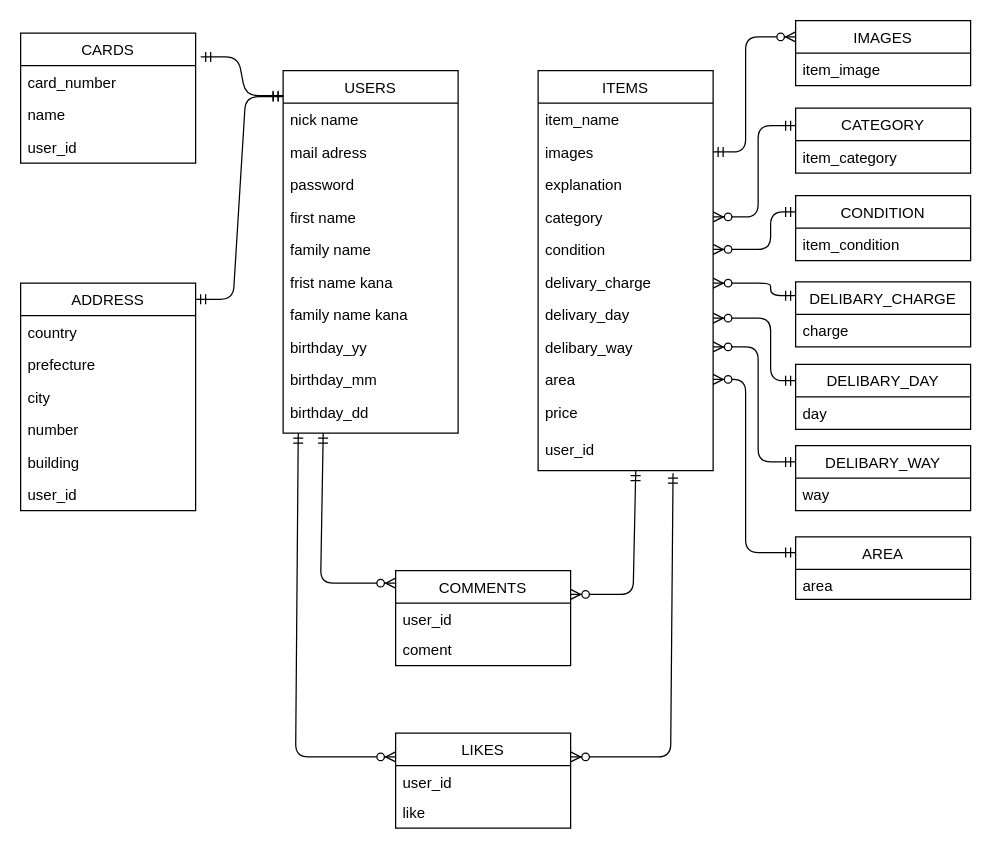
Before: table.dio in rinatomato/furima-28157, a draw.io diagram. Source tidied: cells renumbered, new cells numbered last; positions are measured from the earlier drawing's top-left corner, leaving out a move shared by most shapes. Both pictures are drawn from the tidied source at 125%, with x=0, y=0 at pixel (20, 20).
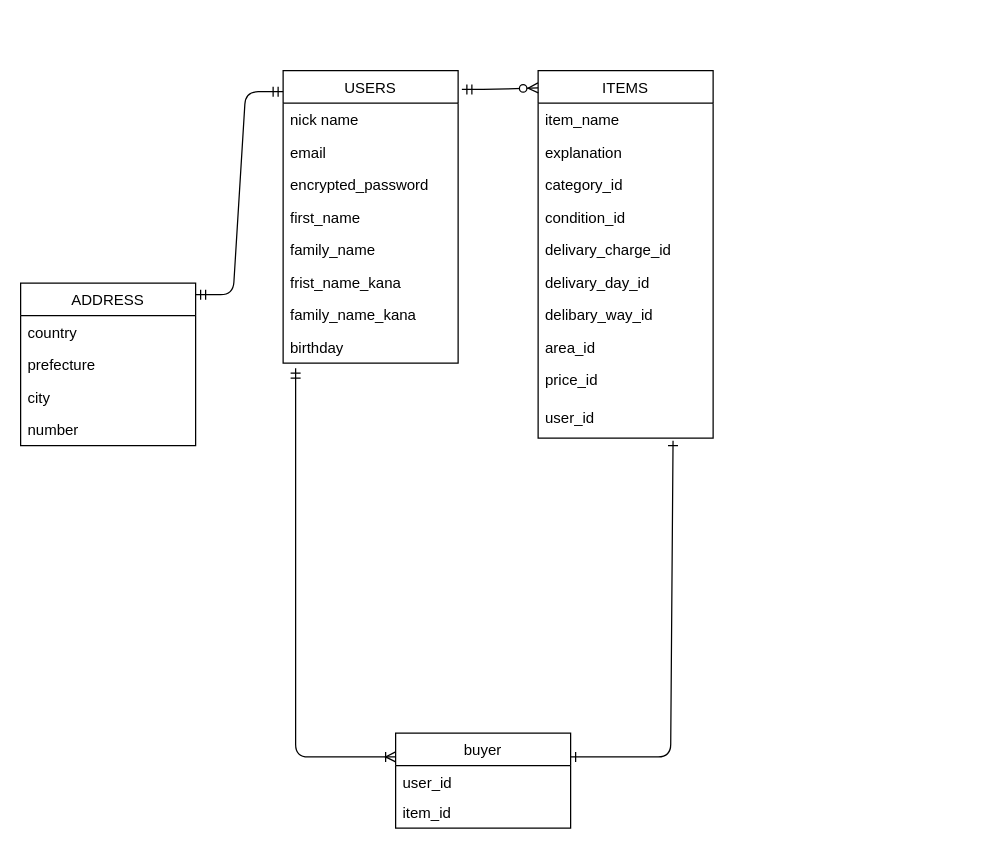
After the change.

Change to the diagram source:
```diff
@@
     <mxCell id="2" value="USERS" style="swimlane;fontStyle=0;horizontal=1;startSize=26;fillColor=none;" parent="1" vertex="1">
-      <mxGeometry x="210" y="40" width="140" height="290" as="geometry" />
+      <mxGeometry x="210" y="40" width="140" height="234" as="geometry" />
     </mxCell>
@@
-    <mxCell id="4" value="mail adress" style="text;strokeColor=none;fillColor=none;align=left;verticalAlign=top;spacingLeft=4;spacingRight=4;overflow=hidden;" parent="2" vertex="1">
+    <mxCell id="4" value="email" style="text;strokeColor=none;fillColor=none;align=left;verticalAlign=top;spacingLeft=4;spacingRight=4;overflow=hidden;" parent="2" vertex="1">
       <mxGeometry y="52" width="140" height="26" as="geometry" />
     </mxCell>
-    <mxCell id="5" value="password" style="text;strokeColor=none;fillColor=none;align=left;verticalAlign=top;spacingLeft=4;spacingRight=4;overflow=hidden;" parent="2" vertex="1">
+    <mxCell id="5" value="encrypted_password" style="text;strokeColor=none;fillColor=none;align=left;verticalAlign=top;spacingLeft=4;spacingRight=4;overflow=hidden;" parent="2" vertex="1">
       <mxGeometry y="78" width="140" height="26" as="geometry" />
     </mxCell>
-    <mxCell id="6" value="first name " style="text;strokeColor=none;fillColor=none;align=left;verticalAlign=top;spacingLeft=4;spacingRight=4;overflow=hidden;" parent="2" vertex="1">
+    <mxCell id="6" value="first_name " style="text;strokeColor=none;fillColor=none;align=left;verticalAlign=top;spacingLeft=4;spacingRight=4;overflow=hidden;" parent="2" vertex="1">
       <mxGeometry y="104" width="140" height="26" as="geometry" />
     </mxCell>
-    <mxCell id="7" value="family name" style="text;strokeColor=none;fillColor=none;align=left;verticalAlign=top;spacingLeft=4;spacingRight=4;overflow=hidden;" parent="2" vertex="1">
+    <mxCell id="7" value="family_name" style="text;strokeColor=none;fillColor=none;align=left;verticalAlign=top;spacingLeft=4;spacingRight=4;overflow=hidden;" parent="2" vertex="1">
       <mxGeometry y="130" width="140" height="26" as="geometry" />
     </mxCell>
-    <mxCell id="8" value="frist name kana" style="text;strokeColor=none;fillColor=none;align=left;verticalAlign=top;spacingLeft=4;spacingRight=4;overflow=hidden;" parent="2" vertex="1">
+    <mxCell id="8" value="frist_name_kana" style="text;strokeColor=none;fillColor=none;align=left;verticalAlign=top;spacingLeft=4;spacingRight=4;overflow=hidden;" parent="2" vertex="1">
       <mxGeometry y="156" width="140" height="26" as="geometry" />
     </mxCell>
-    <mxCell id="9" value="family name kana" style="text;strokeColor=none;fillColor=none;align=left;verticalAlign=top;spacingLeft=4;spacingRight=4;overflow=hidden;" parent="2" vertex="1">
+    <mxCell id="9" value="family_name_kana" style="text;strokeColor=none;fillColor=none;align=left;verticalAlign=top;spacingLeft=4;spacingRight=4;overflow=hidden;" parent="2" vertex="1">
       <mxGeometry y="182" width="140" height="26" as="geometry" />
     </mxCell>
-    <mxCell id="10" value="birthday_yy" style="text;strokeColor=none;fillColor=none;align=left;verticalAlign=top;spacingLeft=4;spacingRight=4;overflow=hidden;" parent="2" vertex="1">
+    <mxCell id="10" value="birthday" style="text;strokeColor=none;fillColor=none;align=left;verticalAlign=top;spacingLeft=4;spacingRight=4;overflow=hidden;" parent="2" vertex="1">
       <mxGeometry y="208" width="140" height="26" as="geometry" />
     </mxCell>
-    <mxCell id="11" value="birthday_mm" style="text;strokeColor=none;fillColor=none;align=left;verticalAlign=top;spacingLeft=4;spacingRight=4;overflow=hidden;" parent="2" vertex="1">
-      <mxGeometry y="234" width="140" height="26" as="geometry" />
-    </mxCell>
-    <mxCell id="12" value="birthday_dd" style="text;strokeColor=none;fillColor=none;align=left;verticalAlign=top;spacingLeft=4;spacingRight=4;overflow=hidden;points=[[0,0.5],[1,0.5]];portConstraint=eastwest;" parent="2" vertex="1">
-      <mxGeometry y="260" width="140" height="30" as="geometry" />
-    </mxCell>
     <mxCell id="13" value="ITEMS" style="swimlane;fontStyle=0;horizontal=1;startSize=26;fillColor=none;" parent="1" vertex="1">
-      <mxGeometry x="414" y="40" width="140" height="320" as="geometry" />
+      <mxGeometry x="414" y="40" width="140" height="294" as="geometry" />
     </mxCell>
@@
-    <mxCell id="15" value="images" style="text;strokeColor=none;fillColor=none;align=left;verticalAlign=top;spacingLeft=4;spacingRight=4;overflow=hidden;" parent="13" vertex="1">
-      <mxGeometry y="52" width="140" height="26" as="geometry" />
-    </mxCell>
     <mxCell id="16" value="explanation" style="text;strokeColor=none;fillColor=none;align=left;verticalAlign=top;spacingLeft=4;spacingRight=4;overflow=hidden;" parent="13" vertex="1">
-      <mxGeometry y="78" width="140" height="26" as="geometry" />
+      <mxGeometry y="52" width="140" height="26" as="geometry" />
     </mxCell>
-    <mxCell id="17" value="category" style="text;strokeColor=none;fillColor=none;align=left;verticalAlign=top;spacingLeft=4;spacingRight=4;overflow=hidden;points=[[0,0.5],[1,0.5]];portConstraint=eastwest;" parent="13" vertex="1">
-      <mxGeometry y="104" width="140" height="26" as="geometry" />
+    <mxCell id="17" value="category_id" style="text;strokeColor=none;fillColor=none;align=left;verticalAlign=top;spacingLeft=4;spacingRight=4;overflow=hidden;points=[[0,0.5],[1,0.5]];portConstraint=eastwest;" parent="13" vertex="1">
+      <mxGeometry y="78" width="140" height="26" as="geometry" />
     </mxCell>
-    <mxCell id="18" value="condition" style="text;strokeColor=none;fillColor=none;align=left;verticalAlign=top;spacingLeft=4;spacingRight=4;overflow=hidden;points=[[0,0.5],[1,0.5]];portConstraint=eastwest;" parent="13" vertex="1">
-      <mxGeometry y="130" width="140" height="26" as="geometry" />
+    <mxCell id="18" value="condition_id" style="text;strokeColor=none;fillColor=none;align=left;verticalAlign=top;spacingLeft=4;spacingRight=4;overflow=hidden;points=[[0,0.5],[1,0.5]];portConstraint=eastwest;" parent="13" vertex="1">
+      <mxGeometry y="104" width="140" height="26" as="geometry" />
     </mxCell>
-    <mxCell id="19" value="delivary_charge" style="text;strokeColor=none;fillColor=none;align=left;verticalAlign=top;spacingLeft=4;spacingRight=4;overflow=hidden;" parent="13" vertex="1">
-      <mxGeometry y="156" width="140" height="26" as="geometry" />
+    <mxCell id="19" value="delivary_charge_id" style="text;strokeColor=none;fillColor=none;align=left;verticalAlign=top;spacingLeft=4;spacingRight=4;overflow=hidden;" parent="13" vertex="1">
+      <mxGeometry y="130" width="140" height="26" as="geometry" />
     </mxCell>
-    <mxCell id="20" value="delivary_day" style="text;strokeColor=none;fillColor=none;align=left;verticalAlign=top;spacingLeft=4;spacingRight=4;overflow=hidden;" parent="13" vertex="1">
-      <mxGeometry y="182" width="140" height="26" as="geometry" />
+    <mxCell id="20" value="delivary_day_id" style="text;strokeColor=none;fillColor=none;align=left;verticalAlign=top;spacingLeft=4;spacingRight=4;overflow=hidden;" parent="13" vertex="1">
+      <mxGeometry y="156" width="140" height="26" as="geometry" />
     </mxCell>
-    <mxCell id="21" value="delibary_way" style="text;strokeColor=none;fillColor=none;align=left;verticalAlign=top;spacingLeft=4;spacingRight=4;overflow=hidden;points=[[0,0.5],[1,0.5]];portConstraint=eastwest;" parent="13" vertex="1">
-      <mxGeometry y="208" width="140" height="26" as="geometry" />
+    <mxCell id="21" value="delibary_way_id" style="text;strokeColor=none;fillColor=none;align=left;verticalAlign=top;spacingLeft=4;spacingRight=4;overflow=hidden;points=[[0,0.5],[1,0.5]];portConstraint=eastwest;" parent="13" vertex="1">
+      <mxGeometry y="182" width="140" height="26" as="geometry" />
     </mxCell>
-    <mxCell id="22" value="area" style="text;strokeColor=none;fillColor=none;align=left;verticalAlign=top;spacingLeft=4;spacingRight=4;overflow=hidden;points=[[0,0.5],[1,0.5]];portConstraint=eastwest;" parent="13" vertex="1">
-      <mxGeometry y="234" width="140" height="26" as="geometry" />
+    <mxCell id="22" value="area_id" style="text;strokeColor=none;fillColor=none;align=left;verticalAlign=top;spacingLeft=4;spacingRight=4;overflow=hidden;points=[[0,0.5],[1,0.5]];portConstraint=eastwest;" parent="13" vertex="1">
+      <mxGeometry y="208" width="140" height="26" as="geometry" />
     </mxCell>
-    <mxCell id="23" value="price" style="text;strokeColor=none;fillColor=none;align=left;verticalAlign=top;spacingLeft=4;spacingRight=4;overflow=hidden;" parent="13" vertex="1">
-      <mxGeometry y="260" width="140" height="30" as="geometry" />
+    <mxCell id="23" value="price_id" style="text;strokeColor=none;fillColor=none;align=left;verticalAlign=top;spacingLeft=4;spacingRight=4;overflow=hidden;" parent="13" vertex="1">
+      <mxGeometry y="234" width="140" height="30" as="geometry" />
     </mxCell>
     <mxCell id="24" value="user_id" style="text;strokeColor=none;fillColor=none;align=left;verticalAlign=top;spacingLeft=4;spacingRight=4;overflow=hidden;points=[[0,0.5],[1,0.5]];portConstraint=eastwest;" parent="13" vertex="1">
-      <mxGeometry y="290" width="140" height="30" as="geometry" />
+      <mxGeometry y="264" width="140" height="30" as="geometry" />
     </mxCell>
-    <mxCell id="25" value="CARDS" style="swimlane;fontStyle=0;horizontal=1;startSize=26;fillColor=none;" parent="1" vertex="1">
-      <mxGeometry y="10" width="140" height="104" as="geometry" />
-    </mxCell>
-    <mxCell id="26" value="card_number" style="text;strokeColor=none;fillColor=none;align=left;verticalAlign=top;spacingLeft=4;spacingRight=4;overflow=hidden;" parent="25" vertex="1">
-      <mxGeometry y="26" width="140" height="26" as="geometry" />
-    </mxCell>
-    <mxCell id="27" value="name" style="text;strokeColor=none;fillColor=none;align=left;verticalAlign=top;spacingLeft=4;spacingRight=4;overflow=hidden;" parent="25" vertex="1">
-      <mxGeometry y="52" width="140" height="26" as="geometry" />
-    </mxCell>
-    <mxCell id="28" value="user_id" style="text;strokeColor=none;fillColor=none;align=left;verticalAlign=top;spacingLeft=4;spacingRight=4;overflow=hidden;" parent="25" vertex="1">
-      <mxGeometry y="78" width="140" height="26" as="geometry" />
-    </mxCell>
     <mxCell id="29" value="ADDRESS" style="swimlane;fontStyle=0;horizontal=1;startSize=26;fillColor=none;" parent="1" vertex="1">
-      <mxGeometry y="210" width="140" height="182" as="geometry" />
+      <mxGeometry y="210" width="140" height="130" as="geometry" />
     </mxCell>
@@
-    <mxCell id="34" value="building" style="text;strokeColor=none;fillColor=none;align=left;verticalAlign=top;spacingLeft=4;spacingRight=4;overflow=hidden;" parent="29" vertex="1">
-      <mxGeometry y="130" width="140" height="26" as="geometry" />
-    </mxCell>
-    <mxCell id="35" value="user_id" style="text;strokeColor=none;fillColor=none;align=left;verticalAlign=top;spacingLeft=4;spacingRight=4;overflow=hidden;" parent="29" vertex="1">
-      <mxGeometry y="156" width="140" height="26" as="geometry" />
-    </mxCell>
-    <mxCell id="36" value="CATEGORY" style="swimlane;fontStyle=0;horizontal=1;startSize=26;fillColor=none;" parent="1" vertex="1">
-      <mxGeometry x="620" y="70" width="140" height="52" as="geometry" />
-    </mxCell>
-    <mxCell id="37" value="item_category" style="text;strokeColor=none;fillColor=none;align=left;verticalAlign=top;spacingLeft=4;spacingRight=4;overflow=hidden;" parent="36" vertex="1">
-      <mxGeometry y="26" width="140" height="26" as="geometry" />
-    </mxCell>
-    <mxCell id="38" value="IMAGES" style="swimlane;fontStyle=0;horizontal=1;startSize=26;fillColor=none;" parent="1" vertex="1">
-      <mxGeometry x="620" width="140" height="52" as="geometry" />
-    </mxCell>
-    <mxCell id="39" value="item_image" style="text;strokeColor=none;fillColor=none;align=left;verticalAlign=top;spacingLeft=4;spacingRight=4;overflow=hidden;" parent="38" vertex="1">
-      <mxGeometry y="26" width="140" height="26" as="geometry" />
-    </mxCell>
-    <mxCell id="40" value="CONDITION" style="swimlane;fontStyle=0;horizontal=1;startSize=26;fillColor=none;" parent="1" vertex="1">
-      <mxGeometry x="620" y="140" width="140" height="52" as="geometry" />
-    </mxCell>
-    <mxCell id="41" value="item_condition" style="text;strokeColor=none;fillColor=none;align=left;verticalAlign=top;spacingLeft=4;spacingRight=4;overflow=hidden;" parent="40" vertex="1">
-      <mxGeometry y="26" width="140" height="26" as="geometry" />
-    </mxCell>
-    <mxCell id="42" value="DELIBARY_CHARGE" style="swimlane;fontStyle=0;horizontal=1;startSize=26;fillColor=none;" parent="1" vertex="1">
-      <mxGeometry x="620" y="209" width="140" height="52" as="geometry" />
-    </mxCell>
-    <mxCell id="43" value="charge" style="text;strokeColor=none;fillColor=none;align=left;verticalAlign=top;spacingLeft=4;spacingRight=4;overflow=hidden;" parent="42" vertex="1">
-      <mxGeometry y="26" width="140" height="26" as="geometry" />
-    </mxCell>
-    <mxCell id="44" value="DELIBARY_DAY" style="swimlane;fontStyle=0;horizontal=1;startSize=26;fillColor=none;" parent="1" vertex="1">
-      <mxGeometry x="620" y="275" width="140" height="52" as="geometry" />
-    </mxCell>
-    <mxCell id="45" value="day" style="text;strokeColor=none;fillColor=none;align=left;verticalAlign=top;spacingLeft=4;spacingRight=4;overflow=hidden;" parent="44" vertex="1">
-      <mxGeometry y="26" width="140" height="26" as="geometry" />
-    </mxCell>
-    <mxCell id="46" value="DELIBARY_WAY" style="swimlane;fontStyle=0;horizontal=1;startSize=26;fillColor=none;" parent="1" vertex="1">
-      <mxGeometry x="620" y="340" width="140" height="52" as="geometry" />
-    </mxCell>
-    <mxCell id="47" value="way" style="text;strokeColor=none;fillColor=none;align=left;verticalAlign=top;spacingLeft=4;spacingRight=4;overflow=hidden;" parent="46" vertex="1">
-      <mxGeometry y="26" width="140" height="26" as="geometry" />
-    </mxCell>
-    <mxCell id="48" value="AREA" style="swimlane;fontStyle=0;horizontal=1;startSize=26;fillColor=none;" parent="1" vertex="1">
-      <mxGeometry x="620" y="413" width="140" height="50" as="geometry" />
-    </mxCell>
-    <mxCell id="49" value="area" style="text;strokeColor=none;fillColor=none;align=left;verticalAlign=top;spacingLeft=4;spacingRight=4;overflow=hidden;" parent="48" vertex="1">
-      <mxGeometry y="26" width="140" height="24" as="geometry" />
-    </mxCell>
-    <mxCell id="50" value="COMMENTS" style="swimlane;fontStyle=0;horizontal=1;startSize=26;fillColor=none;" parent="1" vertex="1">
-      <mxGeometry x="300" y="440" width="140" height="76" as="geometry" />
-    </mxCell>
-    <mxCell id="51" value="user_id" style="text;strokeColor=none;fillColor=none;align=left;verticalAlign=top;spacingLeft=4;spacingRight=4;overflow=hidden;" parent="50" vertex="1">
-      <mxGeometry y="26" width="140" height="24" as="geometry" />
-    </mxCell>
-    <mxCell id="52" value="coment" style="text;strokeColor=none;fillColor=none;align=left;verticalAlign=top;spacingLeft=4;spacingRight=4;overflow=hidden;" parent="50" vertex="1">
-      <mxGeometry y="50" width="140" height="26" as="geometry" />
-    </mxCell>
-    <mxCell id="53" value="LIKES" style="swimlane;fontStyle=0;horizontal=1;startSize=26;fillColor=none;" parent="1" vertex="1">
+    <mxCell id="53" value="buyer" style="swimlane;fontStyle=0;horizontal=1;startSize=26;fillColor=none;" parent="1" vertex="1">
       <mxGeometry x="300" y="570" width="140" height="76" as="geometry" />
     </mxCell>
@@
-    <mxCell id="55" value="like" style="text;strokeColor=none;fillColor=none;align=left;verticalAlign=top;spacingLeft=4;spacingRight=4;overflow=hidden;" parent="53" vertex="1">
+    <mxCell id="55" value="item_id" style="text;strokeColor=none;fillColor=none;align=left;verticalAlign=top;spacingLeft=4;spacingRight=4;overflow=hidden;" parent="53" vertex="1">
       <mxGeometry y="50" width="140" height="26" as="geometry" />
     </mxCell>
@@
-    <mxCell id="57" style="edgeStyle=entityRelationEdgeStyle;fontSize=12;html=1;endArrow=ERmandOne;startArrow=ERmandOne;exitX=1.029;exitY=0.183;exitDx=0;exitDy=0;exitPerimeter=0;entryX=0;entryY=0.072;entryDx=0;entryDy=0;entryPerimeter=0;" parent="1" edge="1" source="25">
-      <mxGeometry relative="1" as="geometry">
-        <mxPoint x="210" y="60" as="targetPoint" />
-      </mxGeometry>
-    </mxCell>
-    <mxCell id="58" style="fontSize=12;html=1;endArrow=ERzeroToMany;startArrow=ERmandOne;exitX=0.229;exitY=1;exitDx=0;exitDy=0;exitPerimeter=0;" parent="1" edge="1" source="12">
+    <mxCell id="58" style="fontSize=12;html=1;endArrow=ERzeroToMany;startArrow=ERmandOne;entryX=0;entryY=0.047;entryDx=0;entryDy=0;entryPerimeter=0;" parent="1" edge="1" target="13">
       <mxGeometry relative="1" as="geometry">
-        <mxPoint x="300" y="450" as="targetPoint" />
+        <mxPoint x="353" y="55" as="sourcePoint" />
         <Array as="points">
-          <mxPoint x="240" y="450" />
+          <mxPoint x="380" y="55" />
         </Array>
       </mxGeometry>
     </mxCell>
-    <mxCell id="59" style="fontSize=12;html=1;endArrow=ERzeroToMany;startArrow=ERmandOne;exitX=0.229;exitY=1;exitDx=0;exitDy=0;exitPerimeter=0;entryX=0;entryY=0.25;entryDx=0;entryDy=0;" parent="1" edge="1" target="53">
+    <mxCell id="59" style="fontSize=12;html=1;endArrow=ERoneToMany;startArrow=ERmandOne;entryX=0;entryY=0.25;entryDx=0;entryDy=0;endFill=0;" parent="1" edge="1" target="53">
       <mxGeometry relative="1" as="geometry">
-        <mxPoint x="222.1" y="330" as="sourcePoint" />
+        <mxPoint x="220" y="278" as="sourcePoint" />
         <Array as="points">
           <mxPoint x="220" y="589" />
         </Array>
       </mxGeometry>
     </mxCell>
-    <mxCell id="60" style="fontSize=12;html=1;endArrow=ERzeroToMany;startArrow=ERmandOne;exitX=0.229;exitY=1;exitDx=0;exitDy=0;exitPerimeter=0;entryX=1;entryY=0.25;entryDx=0;entryDy=0;" parent="1" edge="1" target="50">
-      <mxGeometry relative="1" as="geometry">
-        <mxPoint x="492.1" y="360" as="sourcePoint" />
-        <Array as="points">
-          <mxPoint x="490" y="459" />
-        </Array>
-      </mxGeometry>
-    </mxCell>
-    <mxCell id="61" style="fontSize=12;html=1;endArrow=ERzeroToMany;startArrow=ERmandOne;exitX=0.771;exitY=1.067;exitDx=0;exitDy=0;exitPerimeter=0;entryX=1;entryY=0.25;entryDx=0;entryDy=0;" parent="1" edge="1" source="24" target="53">
+    <mxCell id="61" style="fontSize=12;html=1;endArrow=ERone;startArrow=ERone;exitX=0.771;exitY=1.067;exitDx=0;exitDy=0;exitPerimeter=0;entryX=1;entryY=0.25;entryDx=0;entryDy=0;startFill=0;endFill=0;" parent="1" edge="1" source="24" target="53">
       <mxGeometry relative="1" as="geometry">
         <Array as="points">
           <mxPoint x="520" y="589" />
         </Array>
       </mxGeometry>
     </mxCell>
-    <mxCell id="62" style="fontSize=12;html=1;endArrow=ERzeroToMany;startArrow=ERmandOne;exitX=0;exitY=0.25;exitDx=0;exitDy=0;entryX=1;entryY=0.5;entryDx=0;entryDy=0;edgeStyle=orthogonalEdgeStyle;" parent="1" edge="1" source="48" target="22">
-      <mxGeometry relative="1" as="geometry">
-        <Array as="points">
-          <mxPoint x="580" y="426" />
-          <mxPoint x="580" y="287" />
-        </Array>
-      </mxGeometry>
-    </mxCell>
-    <mxCell id="63" style="fontSize=12;html=1;endArrow=ERzeroToMany;startArrow=ERmandOne;exitX=0;exitY=0.25;exitDx=0;exitDy=0;entryX=1;entryY=0.5;entryDx=0;entryDy=0;edgeStyle=orthogonalEdgeStyle;" parent="1" edge="1" source="46" target="21">
-      <mxGeometry relative="1" as="geometry">
-        <Array as="points">
-          <mxPoint x="590" y="353" />
-          <mxPoint x="590" y="261" />
-        </Array>
-      </mxGeometry>
-    </mxCell>
-    <mxCell id="64" style="fontSize=12;html=1;endArrow=ERzeroToMany;startArrow=ERmandOne;exitX=0;exitY=0.25;exitDx=0;exitDy=0;entryX=1;entryY=0.5;entryDx=0;entryDy=0;edgeStyle=orthogonalEdgeStyle;" parent="1" edge="1" source="44">
-      <mxGeometry relative="1" as="geometry">
-        <mxPoint x="554" y="238" as="targetPoint" />
-        <Array as="points">
-          <mxPoint x="600" y="288" />
-          <mxPoint x="600" y="238" />
-        </Array>
-      </mxGeometry>
-    </mxCell>
-    <mxCell id="65" style="fontSize=12;html=1;endArrow=ERzeroToMany;startArrow=ERmandOne;entryX=1;entryY=0.5;entryDx=0;entryDy=0;edgeStyle=orthogonalEdgeStyle;" parent="1" edge="1">
-      <mxGeometry relative="1" as="geometry">
-        <mxPoint x="620" y="220" as="sourcePoint" />
-        <mxPoint x="554" y="210" as="targetPoint" />
-        <Array as="points">
-          <mxPoint x="600" y="220" />
-          <mxPoint x="600" y="210" />
-        </Array>
-      </mxGeometry>
-    </mxCell>
-    <mxCell id="66" style="fontSize=12;html=1;endArrow=ERzeroToMany;startArrow=ERmandOne;entryX=1;entryY=0.5;entryDx=0;entryDy=0;edgeStyle=orthogonalEdgeStyle;exitX=0;exitY=0.25;exitDx=0;exitDy=0;" parent="1" edge="1" source="40" target="18">
-      <mxGeometry relative="1" as="geometry">
-        <Array as="points">
-          <mxPoint x="600" y="153" />
-          <mxPoint x="600" y="183" />
-        </Array>
-      </mxGeometry>
-    </mxCell>
-    <mxCell id="67" style="fontSize=12;html=1;endArrow=ERzeroToMany;startArrow=ERmandOne;entryX=1;entryY=0.5;entryDx=0;entryDy=0;edgeStyle=orthogonalEdgeStyle;exitX=0;exitY=0.25;exitDx=0;exitDy=0;" parent="1" edge="1" target="17">
-      <mxGeometry relative="1" as="geometry">
-        <mxPoint x="620" y="84" as="sourcePoint" />
-        <Array as="points">
-          <mxPoint x="590" y="84" />
-          <mxPoint x="590" y="157" />
-        </Array>
-      </mxGeometry>
-    </mxCell>
-    <mxCell id="68" style="fontSize=12;html=1;endArrow=ERzeroToMany;startArrow=ERmandOne;entryX=0;entryY=0.25;entryDx=0;entryDy=0;edgeStyle=orthogonalEdgeStyle;" parent="1" edge="1" target="38">
-      <mxGeometry relative="1" as="geometry">
-        <mxPoint x="554" y="105" as="sourcePoint" />
-        <Array as="points">
-          <mxPoint x="580" y="105" />
-          <mxPoint x="580" y="13" />
-        </Array>
-      </mxGeometry>
-    </mxCell>
```
